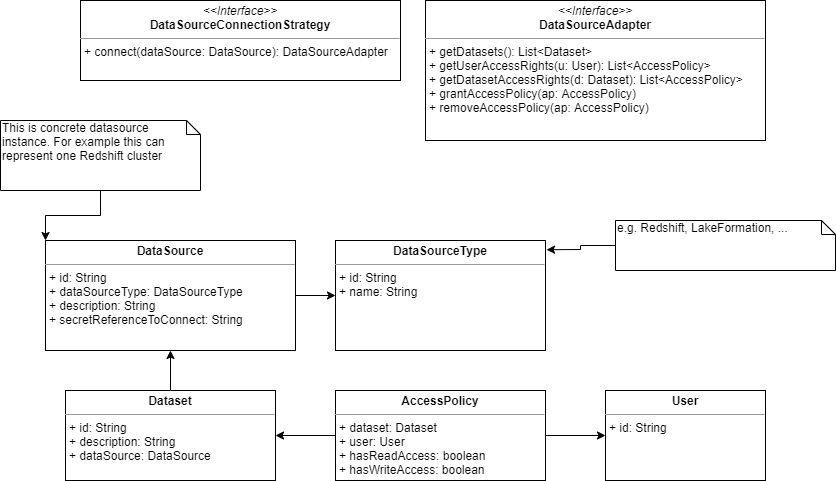
piotr-kalanski/access-management keeps this draw.io diagram as diagrams/diagrams-domain-model.png. Above is the earlier version. Source tidied: cells renumbered, new cells last; positions are measured from the earlier drawing's top-left corner, leaving out a move shared by most shapes.
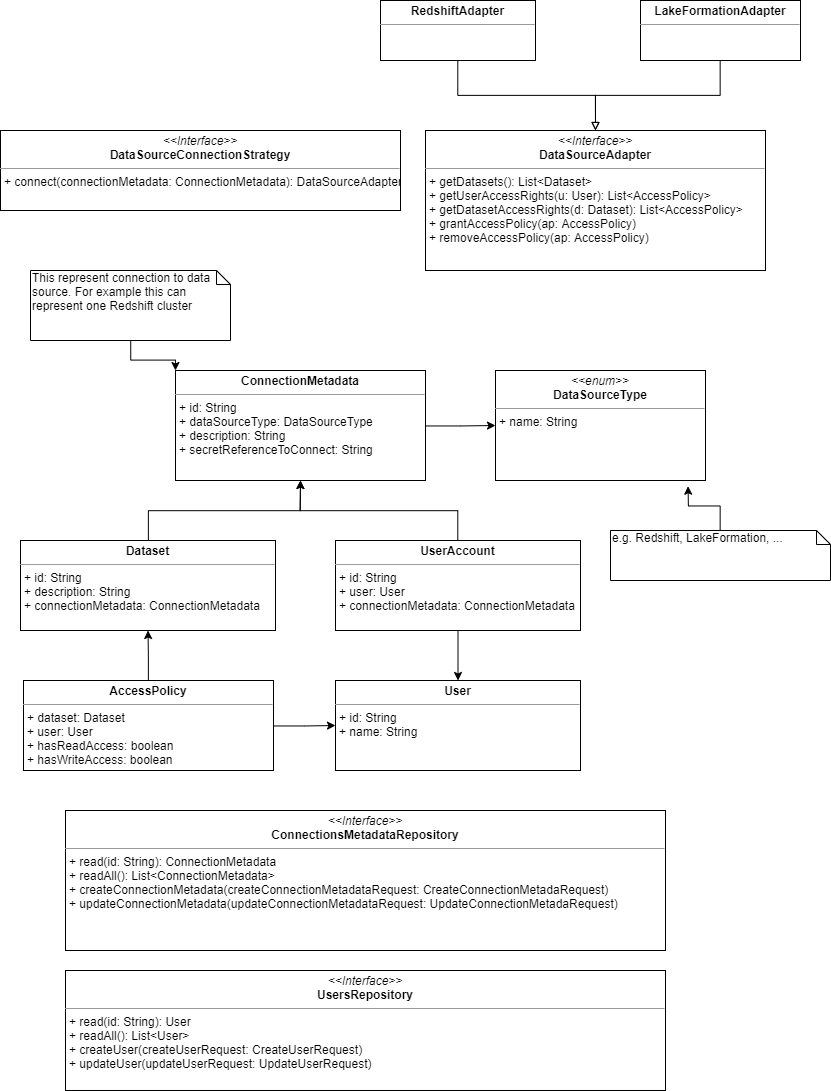
Above is the later version.

Commit message:
updated domain model

Diff of the diagram source:
```diff
@@ -2,23 +2,23 @@
   <root>
     <mxCell id="0" />
     <mxCell id="1" parent="0" />
-    <mxCell id="2" value="&lt;p style=&quot;margin: 0px ; margin-top: 4px ; text-align: center&quot;&gt;&lt;b&gt;User&lt;/b&gt;&lt;/p&gt;&lt;hr size=&quot;1&quot;&gt;&lt;p style=&quot;margin: 0px ; margin-left: 4px&quot;&gt;+ id: String&lt;br&gt;&lt;/p&gt;" style="verticalAlign=top;align=left;overflow=fill;fontSize=12;fontFamily=Helvetica;html=1;" parent="1" vertex="1">
-      <mxGeometry x="605" y="390" width="160" height="90" as="geometry" />
+    <mxCell id="2" value="&lt;p style=&quot;margin: 0px ; margin-top: 4px ; text-align: center&quot;&gt;&lt;b&gt;User&lt;/b&gt;&lt;/p&gt;&lt;hr size=&quot;1&quot;&gt;&lt;p style=&quot;margin: 0px ; margin-left: 4px&quot;&gt;+ id: String&lt;br&gt;+ name: String&lt;br&gt;&lt;/p&gt;" style="verticalAlign=top;align=left;overflow=fill;fontSize=12;fontFamily=Helvetica;html=1;" parent="1" vertex="1">
+      <mxGeometry x="335" y="550" width="245" height="90" as="geometry" />
     </mxCell>
-    <mxCell id="3" style="edgeStyle=orthogonalEdgeStyle;rounded=0;jettySize=auto;html=1;entryX=1;entryY=0.5;entryDx=0;entryDy=0;" parent="1" edge="1" source="5" target="7">
+    <mxCell id="3" style="edgeStyle=orthogonalEdgeStyle;rounded=0;jettySize=auto;html=1;entryX=0.5;entryY=1;entryDx=0;entryDy=0;" parent="1" edge="1" source="5" target="7">
       <mxGeometry relative="1" as="geometry" />
     </mxCell>
     <mxCell id="4" style="edgeStyle=orthogonalEdgeStyle;rounded=0;jettySize=auto;html=1;entryX=0;entryY=0.5;entryDx=0;entryDy=0;" parent="1" edge="1" source="5" target="2">
       <mxGeometry relative="1" as="geometry" />
     </mxCell>
     <mxCell id="5" value="&lt;p style=&quot;margin: 0px ; margin-top: 4px ; text-align: center&quot;&gt;&lt;b&gt;AccessPolicy&lt;/b&gt;&lt;/p&gt;&lt;hr size=&quot;1&quot;&gt;&lt;p style=&quot;margin: 0px ; margin-left: 4px&quot;&gt;+ dataset: Dataset&lt;br&gt;+ user: User&lt;br&gt;&lt;/p&gt;&lt;p style=&quot;margin: 0px ; margin-left: 4px&quot;&gt;+ hasReadAccess: boolean&lt;/p&gt;&lt;p style=&quot;margin: 0px ; margin-left: 4px&quot;&gt;+ hasWriteAccess: boolean&lt;br&gt;&lt;/p&gt;" style="verticalAlign=top;align=left;overflow=fill;fontSize=12;fontFamily=Helvetica;html=1;" parent="1" vertex="1">
-      <mxGeometry x="335" y="390" width="210" height="90" as="geometry" />
+      <mxGeometry x="23" y="550" width="250" height="90" as="geometry" />
     </mxCell>
     <mxCell id="6" style="edgeStyle=orthogonalEdgeStyle;rounded=0;jettySize=auto;html=1;entryX=0.5;entryY=1;entryDx=0;entryDy=0;" parent="1" edge="1" source="7" target="10">
       <mxGeometry relative="1" as="geometry" />
     </mxCell>
-    <mxCell id="7" value="&lt;p style=&quot;margin: 0px ; margin-top: 4px ; text-align: center&quot;&gt;&lt;b&gt;Dataset&lt;/b&gt;&lt;/p&gt;&lt;hr size=&quot;1&quot;&gt;&lt;p style=&quot;margin: 0px ; margin-left: 4px&quot;&gt;+ id: String&lt;br&gt;+ description: String&lt;br&gt;+ dataSource: DataSource&lt;/p&gt;" style="verticalAlign=top;align=left;overflow=fill;fontSize=12;fontFamily=Helvetica;html=1;" parent="1" vertex="1">
-      <mxGeometry x="65" y="390" width="210" height="90" as="geometry" />
+    <mxCell id="7" value="&lt;p style=&quot;margin: 0px ; margin-top: 4px ; text-align: center&quot;&gt;&lt;b&gt;Dataset&lt;/b&gt;&lt;/p&gt;&lt;hr size=&quot;1&quot;&gt;&lt;p style=&quot;margin: 0px ; margin-left: 4px&quot;&gt;+ id: String&lt;br&gt;+ description: String&lt;br&gt;+ connectionMetadata: ConnectionMetadata&lt;/p&gt;&lt;span style=&quot;text-align: center&quot;&gt;&lt;br&gt;&lt;br&gt;&lt;/span&gt;" style="verticalAlign=top;align=left;overflow=fill;fontSize=12;fontFamily=Helvetica;html=1;" parent="1" vertex="1">
+      <mxGeometry x="20" y="410" width="255" height="90" as="geometry" />
     </mxCell>
     <mxCell id="8" value="&lt;p style=&quot;margin: 0px ; margin-top: 4px ; text-align: center&quot;&gt;&lt;i&gt;&amp;lt;&amp;lt;Interface&amp;gt;&amp;gt;&lt;/i&gt;&lt;br&gt;&lt;b&gt;DataSourceAdapter&lt;/b&gt;&lt;br&gt;&lt;/p&gt;&lt;hr size=&quot;1&quot;&gt;&lt;p style=&quot;margin: 0px ; margin-left: 4px&quot;&gt;&lt;/p&gt;&lt;p style=&quot;margin: 0px ; margin-left: 4px&quot;&gt;+ getDatasets(): List&amp;lt;Dataset&amp;gt;&lt;br&gt;+ getUserAccessRights(u: User): List&amp;lt;AccessPolicy&amp;gt;&lt;br&gt;+ getDatasetAccessRights(d: Dataset): List&amp;lt;AccessPolicy&amp;gt;&lt;br&gt;+ grantAccessPolicy(ap: AccessPolicy)&lt;br&gt;+ removeAccessPolicy(ap: AccessPolicy)&lt;br&gt;&lt;/p&gt;" style="verticalAlign=top;align=left;overflow=fill;fontSize=12;fontFamily=Helvetica;html=1;" parent="1" vertex="1">
       <mxGeometry x="425" width="340" height="140" as="geometry" />
@@ -26,26 +26,53 @@
     <mxCell id="9" style="edgeStyle=orthogonalEdgeStyle;rounded=0;jettySize=auto;html=1;entryX=0;entryY=0.5;entryDx=0;entryDy=0;" parent="1" edge="1" source="10" target="11">
       <mxGeometry relative="1" as="geometry" />
     </mxCell>
-    <mxCell id="10" value="&lt;p style=&quot;margin: 0px ; margin-top: 4px ; text-align: center&quot;&gt;&lt;b&gt;DataSource&lt;/b&gt;&lt;/p&gt;&lt;hr size=&quot;1&quot;&gt;&lt;p style=&quot;margin: 0px ; margin-left: 4px&quot;&gt;+ id: String&lt;br&gt;+ dataSourceType:&amp;nbsp;&lt;span style=&quot;text-align: center&quot;&gt;DataSourceType&lt;/span&gt;&lt;br&gt;+ description: String&lt;br&gt;+ secretReferenceToConnect: String&lt;/p&gt;" style="verticalAlign=top;align=left;overflow=fill;fontSize=12;fontFamily=Helvetica;html=1;" parent="1" vertex="1">
-      <mxGeometry x="45" y="240" width="250" height="110" as="geometry" />
+    <mxCell id="10" value="&lt;p style=&quot;margin: 0px ; margin-top: 4px ; text-align: center&quot;&gt;&lt;b&gt;ConnectionMetadata&lt;/b&gt;&lt;/p&gt;&lt;hr size=&quot;1&quot;&gt;&lt;p style=&quot;margin: 0px ; margin-left: 4px&quot;&gt;+ id: String&lt;br&gt;+ dataSourceType:&amp;nbsp;&lt;span style=&quot;text-align: center&quot;&gt;DataSourceType&lt;/span&gt;&lt;br&gt;+ description: String&lt;br&gt;+ secretReferenceToConnect: String&lt;/p&gt;" style="verticalAlign=top;align=left;overflow=fill;fontSize=12;fontFamily=Helvetica;html=1;" parent="1" vertex="1">
+      <mxGeometry x="175" y="240" width="250" height="110" as="geometry" />
     </mxCell>
-    <mxCell id="11" value="&lt;p style=&quot;margin: 0px ; margin-top: 4px ; text-align: center&quot;&gt;&lt;b&gt;DataSourceType&lt;/b&gt;&lt;/p&gt;&lt;hr size=&quot;1&quot;&gt;&lt;p style=&quot;margin: 0px ; margin-left: 4px&quot;&gt;+ id: String&lt;br&gt;+ name: String&lt;br&gt;&lt;/p&gt;" style="verticalAlign=top;align=left;overflow=fill;fontSize=12;fontFamily=Helvetica;html=1;" parent="1" vertex="1">
-      <mxGeometry x="335" y="240" width="210" height="110" as="geometry" />
+    <mxCell id="11" value="&lt;p style=&quot;margin: 0px ; margin-top: 4px ; text-align: center&quot;&gt;&lt;i&gt;&amp;lt;&amp;lt;enum&amp;gt;&amp;gt;&lt;/i&gt;&lt;br&gt;&lt;b&gt;DataSourceType&lt;/b&gt;&lt;/p&gt;&lt;hr size=&quot;1&quot;&gt;&lt;p style=&quot;margin: 0px ; margin-left: 4px&quot;&gt;+ name: String&lt;br&gt;&lt;/p&gt;" style="verticalAlign=top;align=left;overflow=fill;fontSize=12;fontFamily=Helvetica;html=1;" parent="1" vertex="1">
+      <mxGeometry x="495" y="240" width="210" height="110" as="geometry" />
     </mxCell>
-    <mxCell id="12" style="edgeStyle=orthogonalEdgeStyle;rounded=0;jettySize=auto;html=1;entryX=1.005;entryY=0.084;entryDx=0;entryDy=0;entryPerimeter=0;" parent="1" edge="1" source="13" target="11">
+    <mxCell id="12" style="edgeStyle=orthogonalEdgeStyle;rounded=0;jettySize=auto;html=1;entryX=0.917;entryY=1.052;entryDx=0;entryDy=0;entryPerimeter=0;" parent="1" edge="1" source="13" target="11">
       <mxGeometry relative="1" as="geometry" />
     </mxCell>
     <mxCell id="13" value="e.g. Redshift, LakeFormation, ..." style="shape=note;whiteSpace=wrap;html=1;size=14;verticalAlign=top;align=left;spacingTop=-6;" parent="1" vertex="1">
-      <mxGeometry x="615" y="220" width="220" height="50" as="geometry" />
+      <mxGeometry x="610" y="400" width="220" height="50" as="geometry" />
     </mxCell>
     <mxCell id="14" style="edgeStyle=orthogonalEdgeStyle;rounded=0;jettySize=auto;html=1;entryX=0;entryY=0;entryDx=0;entryDy=0;" parent="1" edge="1" source="15" target="10">
       <mxGeometry relative="1" as="geometry" />
     </mxCell>
-    <mxCell id="15" value="This is concrete datasource instance. For example this can represent one Redshift cluster" style="shape=note;whiteSpace=wrap;html=1;size=14;verticalAlign=top;align=left;spacingTop=-6;" parent="1" vertex="1">
-      <mxGeometry y="120" width="200" height="70" as="geometry" />
+    <mxCell id="15" value="This represent connection to data source. For example this can represent one Redshift cluster" style="shape=note;whiteSpace=wrap;html=1;size=14;verticalAlign=top;align=left;spacingTop=-6;" parent="1" vertex="1">
+      <mxGeometry x="30" y="140" width="200" height="70" as="geometry" />
     </mxCell>
-    <mxCell id="16" value="&lt;p style=&quot;margin: 0px ; margin-top: 4px ; text-align: center&quot;&gt;&lt;i&gt;&amp;lt;&amp;lt;Interface&amp;gt;&amp;gt;&lt;/i&gt;&lt;br&gt;&lt;b&gt;DataSourceConnectionStrategy&lt;/b&gt;&lt;/p&gt;&lt;hr size=&quot;1&quot;&gt;&lt;p style=&quot;margin: 0px ; margin-left: 4px&quot;&gt;&lt;/p&gt;&lt;p style=&quot;margin: 0px ; margin-left: 4px&quot;&gt;+ connect(dataSource: DataSource): DataSourceAdapter&lt;br&gt;&lt;/p&gt;" style="verticalAlign=top;align=left;overflow=fill;fontSize=12;fontFamily=Helvetica;html=1;" parent="1" vertex="1">
-      <mxGeometry x="80" width="320" height="80" as="geometry" />
+    <mxCell id="16" value="&lt;p style=&quot;margin: 0px ; margin-top: 4px ; text-align: center&quot;&gt;&lt;i&gt;&amp;lt;&amp;lt;Interface&amp;gt;&amp;gt;&lt;/i&gt;&lt;br&gt;&lt;b&gt;DataSourceConnectionStrategy&lt;/b&gt;&lt;/p&gt;&lt;hr size=&quot;1&quot;&gt;&lt;p style=&quot;margin: 0px ; margin-left: 4px&quot;&gt;&lt;/p&gt;&lt;p style=&quot;margin: 0px ; margin-left: 4px&quot;&gt;+ connect(connectionMetadata:&amp;nbsp;&lt;span style=&quot;text-align: center&quot;&gt;ConnectionMetadata&lt;/span&gt;): DataSourceAdapter&lt;br&gt;&lt;/p&gt;" style="verticalAlign=top;align=left;overflow=fill;fontSize=12;fontFamily=Helvetica;html=1;" parent="1" vertex="1">
+      <mxGeometry width="400" height="80" as="geometry" />
     </mxCell>
+    <mxCell id="17" style="edgeStyle=orthogonalEdgeStyle;rounded=0;jettySize=auto;html=1;" parent="1" edge="1" source="19" target="2">
+      <mxGeometry relative="1" as="geometry" />
+    </mxCell>
+    <mxCell id="18" style="edgeStyle=orthogonalEdgeStyle;rounded=0;jettySize=auto;html=1;entryX=0.5;entryY=1;entryDx=0;entryDy=0;" parent="1" edge="1" source="19" target="10">
+      <mxGeometry relative="1" as="geometry" />
+    </mxCell>
+    <mxCell id="19" value="&lt;p style=&quot;margin: 0px ; margin-top: 4px ; text-align: center&quot;&gt;&lt;b&gt;UserAccount&lt;/b&gt;&lt;/p&gt;&lt;hr size=&quot;1&quot;&gt;&lt;p style=&quot;margin: 0px ; margin-left: 4px&quot;&gt;+ id: String&lt;br&gt;+ user: User&lt;br&gt;+ connectionMetadata: ConnectionMetadata&lt;br&gt;&lt;/p&gt;" style="verticalAlign=top;align=left;overflow=fill;fontSize=12;fontFamily=Helvetica;html=1;" parent="1" vertex="1">
+      <mxGeometry x="335" y="410" width="245" height="90" as="geometry" />
+    </mxCell>
+    <mxCell id="20" style="edgeStyle=orthogonalEdgeStyle;rounded=0;jettySize=auto;html=1;entryX=0.5;entryY=0;entryDx=0;entryDy=0;endArrow=block;endFill=0;" parent="1" edge="1" source="21" target="8">
+      <mxGeometry relative="1" as="geometry" />
+    </mxCell>
+    <mxCell id="21" value="&lt;p style=&quot;margin: 0px ; margin-top: 4px ; text-align: center&quot;&gt;&lt;b&gt;RedshiftAdapter&lt;/b&gt;&lt;br&gt;&lt;/p&gt;&lt;hr size=&quot;1&quot;&gt;&lt;p style=&quot;margin: 0px ; margin-left: 4px&quot;&gt;&lt;/p&gt;&lt;p style=&quot;margin: 0px ; margin-left: 4px&quot;&gt;&lt;br&gt;&lt;/p&gt;" style="verticalAlign=top;align=left;overflow=fill;fontSize=12;fontFamily=Helvetica;html=1;" parent="1" vertex="1">
+      <mxGeometry x="380" y="-130" width="155" height="60" as="geometry" />
+    </mxCell>
+    <mxCell id="22" style="edgeStyle=orthogonalEdgeStyle;rounded=0;jettySize=auto;html=1;entryX=0.5;entryY=0;entryDx=0;entryDy=0;endArrow=block;endFill=0;" parent="1" edge="1" source="23" target="8">
+      <mxGeometry relative="1" as="geometry" />
+    </mxCell>
+    <mxCell id="23" value="&lt;p style=&quot;margin: 0px ; margin-top: 4px ; text-align: center&quot;&gt;&lt;b&gt;LakeFormationAdapter&lt;/b&gt;&lt;br&gt;&lt;/p&gt;&lt;hr size=&quot;1&quot;&gt;&lt;p style=&quot;margin: 0px ; margin-left: 4px&quot;&gt;&lt;/p&gt;&lt;p style=&quot;margin: 0px ; margin-left: 4px&quot;&gt;&lt;br&gt;&lt;/p&gt;" style="verticalAlign=top;align=left;overflow=fill;fontSize=12;fontFamily=Helvetica;html=1;" parent="1" vertex="1">
+      <mxGeometry x="640" y="-130" width="160" height="60" as="geometry" />
+    </mxCell>
+    <mxCell id="24" value="&lt;p style=&quot;margin: 0px ; margin-top: 4px ; text-align: center&quot;&gt;&lt;i&gt;&amp;lt;&amp;lt;Interface&amp;gt;&amp;gt;&lt;/i&gt;&lt;br&gt;&lt;b&gt;ConnectionsMetadataRepository&lt;/b&gt;&lt;br&gt;&lt;/p&gt;&lt;hr size=&quot;1&quot;&gt;&lt;p style=&quot;margin: 0px ; margin-left: 4px&quot;&gt;&lt;/p&gt;&lt;p style=&quot;margin: 0px ; margin-left: 4px&quot;&gt;+ read(id: String): ConnectionMetadata&lt;br&gt;+ readAll(): List&amp;lt;ConnectionMetadata&amp;gt;&lt;br&gt;+ createConnectionMetadata(createConnectionMetadataRequest: CreateConnectionMetadaRequest)&lt;br&gt;+ updateConnectionMetadata(updateConnectionMetadataRequest: UpdateConnectionMetadaRequest)&lt;br&gt;&lt;/p&gt;" style="verticalAlign=top;align=left;overflow=fill;fontSize=12;fontFamily=Helvetica;html=1;" parent="1" vertex="1">
+      <mxGeometry x="65" y="680" width="600" height="140" as="geometry" />
+    </mxCell>
+    <mxCell id="25" value="&lt;p style=&quot;margin: 0px ; margin-top: 4px ; text-align: center&quot;&gt;&lt;i&gt;&amp;lt;&amp;lt;Interface&amp;gt;&amp;gt;&lt;/i&gt;&lt;br&gt;&lt;b&gt;UsersRepository&lt;/b&gt;&lt;br&gt;&lt;/p&gt;&lt;hr size=&quot;1&quot;&gt;&lt;p style=&quot;margin: 0px ; margin-left: 4px&quot;&gt;&lt;/p&gt;&lt;p style=&quot;margin: 0px ; margin-left: 4px&quot;&gt;+ read(id: String): User&lt;br&gt;+ readAll(): List&amp;lt;User&amp;gt;&lt;br&gt;+ createUser(createUserRequest: CreateUserRequest)&lt;br&gt;+ updateUser(updateUserRequest: UpdateUserRequest)&lt;br&gt;&lt;/p&gt;" style="verticalAlign=top;align=left;overflow=fill;fontSize=12;fontFamily=Helvetica;html=1;" parent="1" vertex="1">
+      <mxGeometry x="65" y="840" width="600" height="120" as="geometry" />
+    </mxCell>
   </root>
 </mxGraphModel>
```
